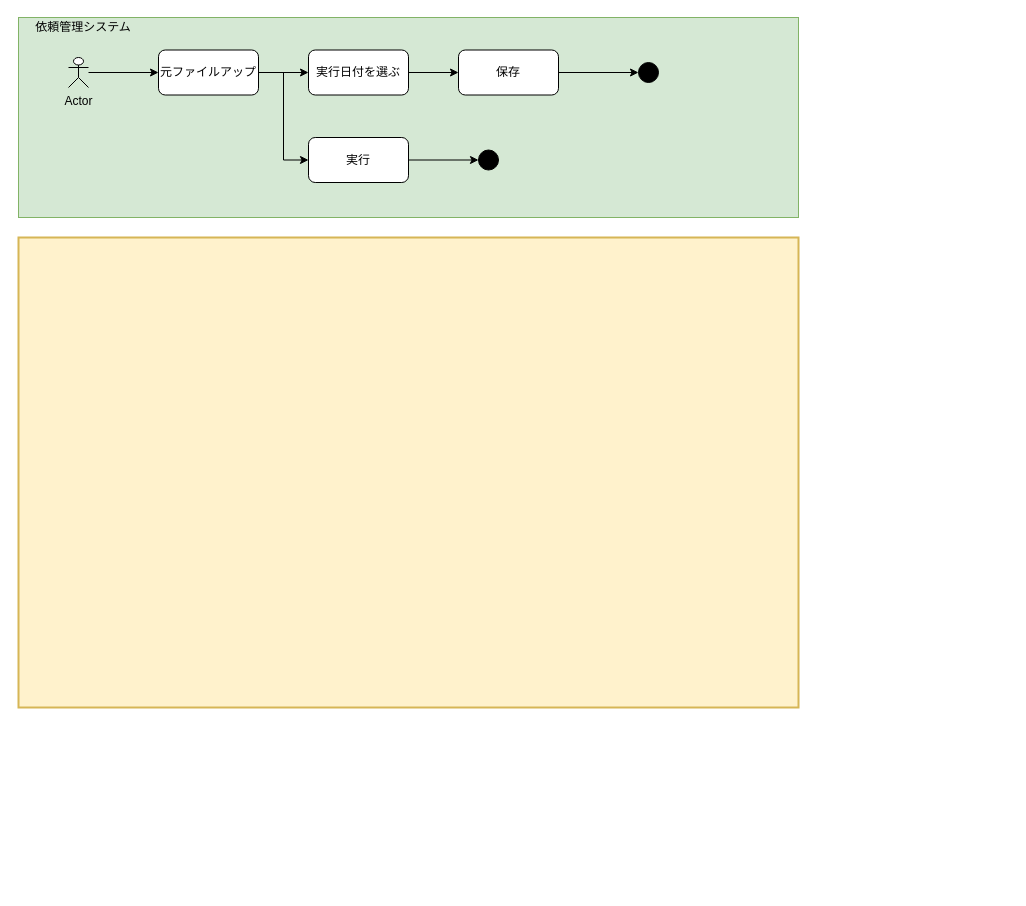
The draw.io diagram ロボット実行流れ.drawio in thanhnt0804/hello, before the edit. Source tidied: cells renumbered, new cells numbered last; positions are measured from the earlier drawing's top-left corner, leaving out a move shared by most shapes. Both pictures are drawn from the tidied source at 100%, with x=0, y=0 at pixel (18, 17).
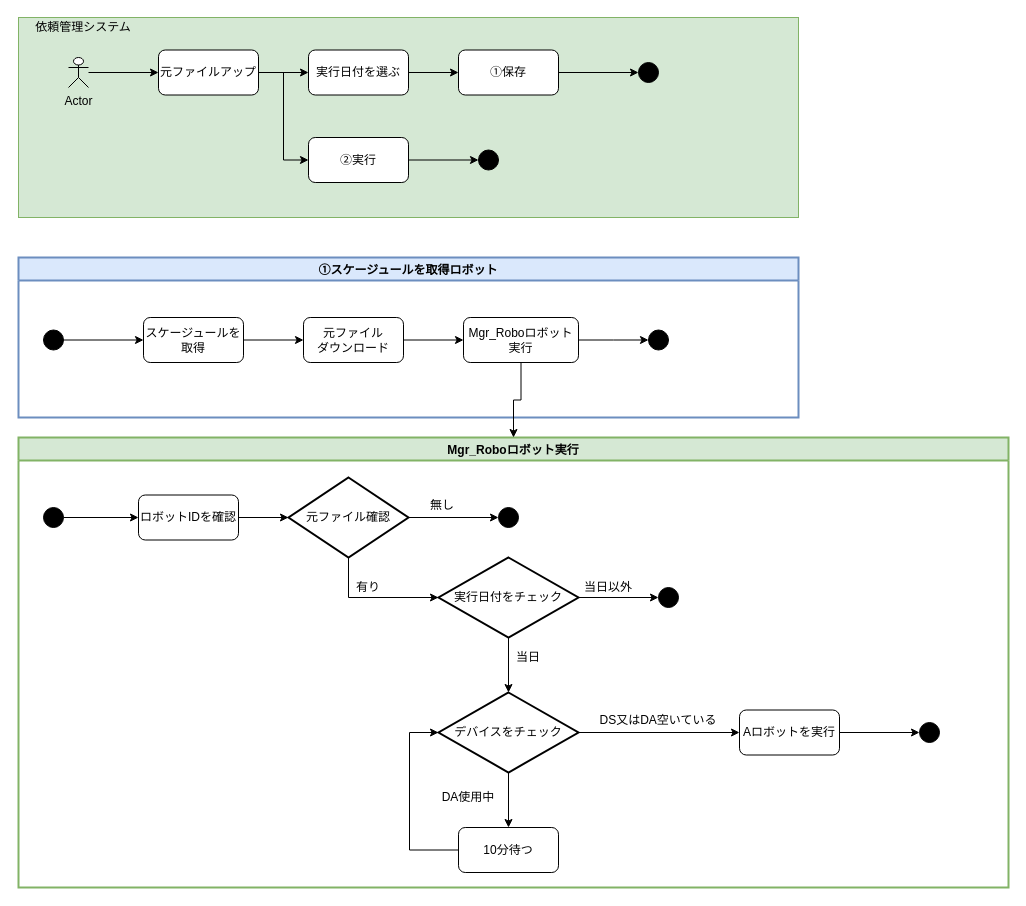
Above is the later version.

Commit message (it also covers changes not shown here):
Update ロボット実行流れ.drawio

What changed in the source:
```diff
@@
-    <mxCell id="12" value="保存" style="rounded=1;whiteSpace=wrap;html=1;" parent="1" vertex="1">
+    <mxCell id="12" value="①保存" style="rounded=1;whiteSpace=wrap;html=1;" parent="1" vertex="1">
       <mxGeometry x="440" y="32.5" width="100" height="45" as="geometry" />
     </mxCell>
@@
-    <mxCell id="15" value="実行" style="rounded=1;whiteSpace=wrap;html=1;" parent="1" vertex="1">
+    <mxCell id="15" value="②実行" style="rounded=1;whiteSpace=wrap;html=1;" parent="1" vertex="1">
       <mxGeometry x="290" y="120" width="100" height="45" as="geometry" />
     </mxCell>
@@
-    <mxCell id="17" style="rounded=0;whiteSpace=wrap;html=1;strokeColor=#d6b656;strokeWidth=2;fillColor=#fff2cc;" parent="1" vertex="1">
-      <mxGeometry y="220" width="780" height="470" as="geometry" />
-    </mxCell>
+    <mxCell id="18" style="edgeStyle=orthogonalEdgeStyle;rounded=0;orthogonalLoop=1;jettySize=auto;html=1;entryX=0;entryY=0.5;entryDx=0;entryDy=0;" parent="1" edge="1">
+      <mxGeometry relative="1" as="geometry">
+        <mxPoint x="50" y="292.5" as="sourcePoint" />
+      </mxGeometry>
+    </mxCell>
+    <mxCell id="19" style="edgeStyle=orthogonalEdgeStyle;rounded=0;orthogonalLoop=1;jettySize=auto;html=1;" parent="1" edge="1">
+      <mxGeometry relative="1" as="geometry">
+        <mxPoint x="230" y="292.5" as="sourcePoint" />
+      </mxGeometry>
+    </mxCell>
+    <mxCell id="20" style="edgeStyle=orthogonalEdgeStyle;rounded=0;orthogonalLoop=1;jettySize=auto;html=1;" parent="1" edge="1">
+      <mxGeometry relative="1" as="geometry">
+        <mxPoint x="390" y="292.5" as="sourcePoint" />
+      </mxGeometry>
+    </mxCell>
+    <mxCell id="21" style="edgeStyle=orthogonalEdgeStyle;rounded=0;orthogonalLoop=1;jettySize=auto;html=1;" parent="1" edge="1">
+      <mxGeometry relative="1" as="geometry">
+        <mxPoint x="570" y="292.5" as="sourcePoint" />
+      </mxGeometry>
+    </mxCell>
+    <mxCell id="22" value="①スケージュールを取得ロボット" style="swimlane;strokeColor=#6c8ebf;strokeWidth=2;fillColor=#dae8fc;" parent="1" vertex="1">
+      <mxGeometry y="240" width="780" height="160" as="geometry" />
+    </mxCell>
+    <mxCell id="23" style="edgeStyle=orthogonalEdgeStyle;rounded=0;jettySize=auto;html=1;entryX=0;entryY=0.5;entryDx=0;entryDy=0;" parent="22" edge="1" source="24" target="26">
+      <mxGeometry relative="1" as="geometry" />
+    </mxCell>
+    <mxCell id="24" style="ellipse;whiteSpace=wrap;html=1;fillColor=#000000;" parent="22" vertex="1">
+      <mxGeometry x="25" y="72.5" width="20" height="20" as="geometry" />
+    </mxCell>
+    <mxCell id="25" style="edgeStyle=orthogonalEdgeStyle;rounded=0;jettySize=auto;html=1;" parent="22" edge="1" source="26" target="28">
+      <mxGeometry relative="1" as="geometry" />
+    </mxCell>
+    <mxCell id="26" value="スケージュールを取得" style="rounded=1;whiteSpace=wrap;html=1;" parent="22" vertex="1">
+      <mxGeometry x="125" y="60" width="100" height="45" as="geometry" />
+    </mxCell>
+    <mxCell id="27" style="edgeStyle=orthogonalEdgeStyle;rounded=0;jettySize=auto;html=1;entryX=0;entryY=0.5;entryDx=0;entryDy=0;" parent="22" edge="1" source="28" target="29">
+      <mxGeometry relative="1" as="geometry" />
+    </mxCell>
+    <mxCell id="28" value="元ファイル&lt;br&gt;ダウンロード" style="rounded=1;whiteSpace=wrap;html=1;" parent="22" vertex="1">
+      <mxGeometry x="285" y="60" width="100" height="45" as="geometry" />
+    </mxCell>
+    <mxCell id="29" value="Mgr_Roboロボット実行" style="rounded=1;whiteSpace=wrap;html=1;" parent="22" vertex="1">
+      <mxGeometry x="445" y="60" width="115" height="45" as="geometry" />
+    </mxCell>
+    <mxCell id="30" style="ellipse;whiteSpace=wrap;html=1;fillColor=#000000;" parent="22" vertex="1">
+      <mxGeometry x="630" y="72.5" width="20" height="20" as="geometry" />
+    </mxCell>
+    <mxCell id="31" style="edgeStyle=orthogonalEdgeStyle;rounded=0;jettySize=auto;html=1;" parent="1" edge="1" source="29">
+      <mxGeometry relative="1" as="geometry">
+        <mxPoint x="630" y="322.5" as="targetPoint" />
+      </mxGeometry>
+    </mxCell>
+    <mxCell id="32" value="Mgr_Roboロボット実行" style="swimlane;strokeColor=#82b366;strokeWidth=2;fillColor=#d5e8d4;" parent="1" vertex="1">
+      <mxGeometry y="420" width="990" height="450" as="geometry" />
+    </mxCell>
+    <mxCell id="33" style="edgeStyle=orthogonalEdgeStyle;rounded=0;jettySize=auto;html=1;" parent="32" edge="1" source="34" target="36">
+      <mxGeometry relative="1" as="geometry" />
+    </mxCell>
+    <mxCell id="34" style="ellipse;whiteSpace=wrap;html=1;fillColor=#000000;" parent="32" vertex="1">
+      <mxGeometry x="25" y="70" width="20" height="20" as="geometry" />
+    </mxCell>
+    <mxCell id="35" style="edgeStyle=orthogonalEdgeStyle;rounded=0;jettySize=auto;html=1;entryX=0;entryY=0.5;entryDx=0;entryDy=0;" parent="32" edge="1" source="36" target="40">
+      <mxGeometry relative="1" as="geometry" />
+    </mxCell>
+    <mxCell id="36" value="ロボットIDを確認" style="rounded=1;whiteSpace=wrap;html=1;" parent="32" vertex="1">
+      <mxGeometry x="120" y="57.5" width="100" height="45" as="geometry" />
+    </mxCell>
+    <mxCell id="37" style="edgeStyle=orthogonalEdgeStyle;rounded=0;jettySize=auto;html=1;entryX=0;entryY=0.5;entryDx=0;entryDy=0;" parent="32" edge="1" source="38" target="58">
+      <mxGeometry relative="1" as="geometry" />
+    </mxCell>
+    <mxCell id="38" value="Aロボットを実行" style="rounded=1;whiteSpace=wrap;html=1;" parent="32" vertex="1">
+      <mxGeometry x="721" y="272.5" width="100" height="45" as="geometry" />
+    </mxCell>
+    <mxCell id="39" style="edgeStyle=orthogonalEdgeStyle;rounded=0;jettySize=auto;html=1;" parent="32" edge="1" source="40" target="46">
+      <mxGeometry relative="1" as="geometry">
+        <Array as="points">
+          <mxPoint x="330" y="160" />
+        </Array>
+      </mxGeometry>
+    </mxCell>
+    <mxCell id="40" value="&lt;span&gt;元ファイル確認&lt;/span&gt;" style="rhombus;whiteSpace=wrap;html=1;strokeColor=#000000;strokeWidth=2;fillColor=#FFFFFF;" parent="32" vertex="1">
+      <mxGeometry x="270" y="40" width="120" height="80" as="geometry" />
+    </mxCell>
+    <mxCell id="41" style="ellipse;whiteSpace=wrap;html=1;fillColor=#000000;" parent="32" vertex="1">
+      <mxGeometry x="480" y="70" width="20" height="20" as="geometry" />
+    </mxCell>
+    <mxCell id="42" style="edgeStyle=orthogonalEdgeStyle;rounded=0;jettySize=auto;html=1;entryX=0;entryY=0.5;entryDx=0;entryDy=0;" parent="32" edge="1" source="43" target="54">
+      <mxGeometry relative="1" as="geometry">
+        <Array as="points">
+          <mxPoint x="391" y="413" />
+          <mxPoint x="391" y="295" />
+        </Array>
+      </mxGeometry>
+    </mxCell>
+    <mxCell id="43" value="10分待つ" style="rounded=1;whiteSpace=wrap;html=1;" parent="32" vertex="1">
+      <mxGeometry x="440" y="390" width="100" height="45" as="geometry" />
+    </mxCell>
+    <mxCell id="44" style="edgeStyle=orthogonalEdgeStyle;rounded=0;jettySize=auto;html=1;entryX=0;entryY=0.5;entryDx=0;entryDy=0;" parent="32" edge="1" source="46" target="50">
+      <mxGeometry relative="1" as="geometry" />
+    </mxCell>
+    <mxCell id="45" style="edgeStyle=orthogonalEdgeStyle;rounded=0;jettySize=auto;html=1;entryX=0.5;entryY=0;entryDx=0;entryDy=0;" parent="32" edge="1" source="46" target="54">
+      <mxGeometry relative="1" as="geometry" />
+    </mxCell>
+    <mxCell id="46" value="&lt;span&gt;実行日付をチェック&lt;/span&gt;" style="rhombus;whiteSpace=wrap;html=1;strokeColor=#000000;strokeWidth=2;fillColor=#FFFFFF;" parent="32" vertex="1">
+      <mxGeometry x="420" y="120" width="140" height="80" as="geometry" />
+    </mxCell>
+    <mxCell id="47" style="edgeStyle=orthogonalEdgeStyle;rounded=0;jettySize=auto;html=1;entryX=0;entryY=0.5;entryDx=0;entryDy=0;" parent="32" edge="1" source="40" target="41">
+      <mxGeometry relative="1" as="geometry" />
+    </mxCell>
+    <mxCell id="48" value="無し" style="text;html=1;strokeColor=none;fillColor=none;align=center;verticalAlign=middle;whiteSpace=wrap;rounded=0;" parent="32" vertex="1">
+      <mxGeometry x="404" y="57.5" width="40" height="20" as="geometry" />
+    </mxCell>
+    <mxCell id="49" value="有り" style="text;html=1;strokeColor=none;fillColor=none;align=center;verticalAlign=middle;whiteSpace=wrap;rounded=0;" parent="32" vertex="1">
+      <mxGeometry x="330" y="140" width="40" height="20" as="geometry" />
+    </mxCell>
+    <mxCell id="50" style="ellipse;whiteSpace=wrap;html=1;fillColor=#000000;" parent="32" vertex="1">
+      <mxGeometry x="640" y="150" width="20" height="20" as="geometry" />
+    </mxCell>
+    <mxCell id="51" value="当日以外" style="text;html=1;strokeColor=none;fillColor=none;align=center;verticalAlign=middle;whiteSpace=wrap;rounded=0;" parent="32" vertex="1">
+      <mxGeometry x="560" y="140" width="60" height="20" as="geometry" />
+    </mxCell>
+    <mxCell id="52" style="edgeStyle=orthogonalEdgeStyle;rounded=0;jettySize=auto;html=1;entryX=0.5;entryY=0;entryDx=0;entryDy=0;" parent="32" edge="1" source="54" target="43">
+      <mxGeometry relative="1" as="geometry" />
+    </mxCell>
+    <mxCell id="53" style="edgeStyle=orthogonalEdgeStyle;rounded=0;jettySize=auto;html=1;" parent="32" edge="1" source="54" target="38">
+      <mxGeometry relative="1" as="geometry" />
+    </mxCell>
+    <mxCell id="54" value="&lt;span&gt;デバイスをチェック&lt;/span&gt;" style="rhombus;whiteSpace=wrap;html=1;strokeColor=#000000;strokeWidth=2;fillColor=#FFFFFF;" parent="32" vertex="1">
+      <mxGeometry x="420" y="255" width="140" height="80" as="geometry" />
+    </mxCell>
+    <mxCell id="55" value="当日" style="text;html=1;strokeColor=none;fillColor=none;align=center;verticalAlign=middle;whiteSpace=wrap;rounded=0;" parent="32" vertex="1">
+      <mxGeometry x="490" y="210" width="40" height="20" as="geometry" />
+    </mxCell>
+    <mxCell id="56" value="DA使用中" style="text;html=1;strokeColor=none;fillColor=none;align=center;verticalAlign=middle;whiteSpace=wrap;rounded=0;" parent="32" vertex="1">
+      <mxGeometry x="420" y="350" width="60" height="20" as="geometry" />
+    </mxCell>
+    <mxCell id="57" value="DS又はDA空いている" style="text;html=1;strokeColor=none;fillColor=none;align=center;verticalAlign=middle;whiteSpace=wrap;rounded=0;" parent="32" vertex="1">
+      <mxGeometry x="570" y="272.5" width="140" height="20" as="geometry" />
+    </mxCell>
+    <mxCell id="58" style="ellipse;whiteSpace=wrap;html=1;fillColor=#000000;" parent="32" vertex="1">
+      <mxGeometry x="901" y="285" width="20" height="20" as="geometry" />
+    </mxCell>
+    <mxCell id="59" style="edgeStyle=orthogonalEdgeStyle;rounded=0;jettySize=auto;html=1;" parent="1" edge="1" source="29" target="32">
+      <mxGeometry relative="1" as="geometry" />
+    </mxCell>
```
